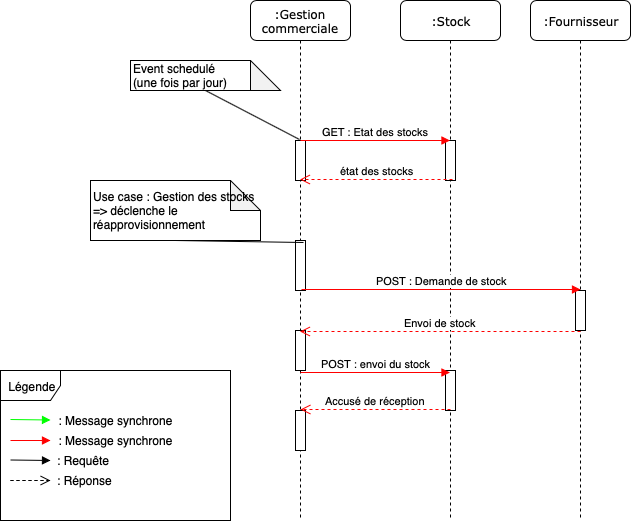
Earlier version of the draw.io export docs/uml/réaproStock.png (ursi-2020/gestion-commercial). Source tidied: cells renumbered, new cells last; positions are measured from the earlier drawing's top-left corner, leaving out a move shared by most shapes. Its diagram source:
```xml
<mxGraphModel background="#ffffff">
  <root>
    <mxCell id="0" />
    <mxCell id="1" parent="0" />
    <mxCell id="2" value=":Gestion commerciale" style="shape=umlLifeline;perimeter=lifelinePerimeter;whiteSpace=wrap;html=1;outlineConnect=0;rounded=1;shadow=0;comic=0;labelBackgroundColor=none;strokeColor=#000000;strokeWidth=1;fillColor=#FFFFFF;fontFamily=Verdana;fontSize=12;fontColor=#000000;align=center;" parent="1" vertex="1">
      <mxGeometry x="250" width="100" height="520" as="geometry" />
    </mxCell>
    <mxCell id="3" style="html=1;points=[];perimeter=orthogonalPerimeter;" parent="2" vertex="1">
      <mxGeometry x="45" y="140" width="10" height="40" as="geometry" />
    </mxCell>
    <mxCell id="4" style="html=1;points=[];perimeter=orthogonalPerimeter;" parent="2" vertex="1">
      <mxGeometry x="45" y="240" width="10" height="50" as="geometry" />
    </mxCell>
    <mxCell id="5" style="html=1;points=[];perimeter=orthogonalPerimeter;" parent="2" vertex="1">
      <mxGeometry x="45" y="330" width="10" height="40" as="geometry" />
    </mxCell>
    <mxCell id="6" style="html=1;perimeter=orthogonalPerimeter;" parent="2" vertex="1">
      <mxGeometry x="45" y="410" width="10" height="40" as="geometry" />
    </mxCell>
    <mxCell id="7" value=":Stock" style="shape=umlLifeline;perimeter=lifelinePerimeter;whiteSpace=wrap;html=1;outlineConnect=0;rounded=1;shadow=0;comic=0;labelBackgroundColor=none;strokeColor=#000000;strokeWidth=1;fillColor=#FFFFFF;fontFamily=Verdana;fontSize=12;fontColor=#000000;align=center;" parent="1" vertex="1">
      <mxGeometry x="400" width="100" height="520" as="geometry" />
    </mxCell>
    <mxCell id="8" style="html=1;points=[];perimeter=orthogonalPerimeter;" parent="7" vertex="1">
      <mxGeometry x="45" y="140" width="10" height="40" as="geometry" />
    </mxCell>
    <mxCell id="9" style="html=1;perimeter=orthogonalPerimeter;" parent="7" vertex="1">
      <mxGeometry x="45" y="370" width="10" height="40" as="geometry" />
    </mxCell>
    <mxCell id="10" value="GET : Etat des stocks" style="html=1;verticalAlign=bottom;endArrow=block;strokeColor=#FF0000;" parent="1" edge="1" target="7">
      <mxGeometry relative="1" as="geometry">
        <mxPoint x="300" y="140" as="sourcePoint" />
      </mxGeometry>
    </mxCell>
    <mxCell id="11" value="état des stocks" style="html=1;verticalAlign=bottom;endArrow=open;dashed=1;endSize=8;strokeColor=#FF0000;exitX=0.7;exitY=0.975;exitDx=0;exitDy=0;exitPerimeter=0;" parent="1" edge="1" source="8" target="2">
      <mxGeometry relative="1" as="geometry" />
    </mxCell>
    <mxCell id="12" value=":Fournisseur" style="shape=umlLifeline;perimeter=lifelinePerimeter;whiteSpace=wrap;html=1;rounded=1;shadow=0;comic=0;labelBackgroundColor=none;strokeColor=#000000;strokeWidth=1;fillColor=#FFFFFF;fontFamily=Verdana;fontSize=12;fontColor=#000000;align=center;" parent="1" vertex="1">
      <mxGeometry x="530" width="100" height="520" as="geometry" />
    </mxCell>
    <mxCell id="13" style="html=1;points=[];perimeter=orthogonalPerimeter;" parent="12" vertex="1">
      <mxGeometry x="45" y="290" width="10" height="40" as="geometry" />
    </mxCell>
    <mxCell id="14" value="POST : Demande de stock" style="html=1;verticalAlign=bottom;endArrow=block;strokeColor=#FF0000;exitX=0.6;exitY=0.98;exitDx=0;exitDy=0;exitPerimeter=0;" parent="1" edge="1" source="4">
      <mxGeometry relative="1" as="geometry">
        <mxPoint x="580" y="289" as="targetPoint" />
      </mxGeometry>
    </mxCell>
    <mxCell id="15" value="Envoi de stock" style="html=1;verticalAlign=bottom;endArrow=open;dashed=1;endSize=8;strokeColor=#FF0000;exitX=0.5;exitY=1.025;exitDx=0;exitDy=0;exitPerimeter=0;" parent="1" edge="1" source="13" target="2">
      <mxGeometry relative="1" as="geometry" />
    </mxCell>
    <mxCell id="16" value="POST : envoi du stock" style="html=1;verticalAlign=bottom;endArrow=block;exitX=0.5;exitY=1.05;exitDx=0;exitDy=0;exitPerimeter=0;strokeColor=#FF0000;" parent="1" edge="1" source="5" target="7">
      <mxGeometry relative="1" as="geometry" />
    </mxCell>
    <mxCell id="17" style="endArrow=none;html=1;entryX=0.5;entryY=1;entryDx=0;entryDy=0;entryPerimeter=0;exitX=0.4;exitY=-0.025;exitDx=0;exitDy=0;exitPerimeter=0;" parent="1" edge="1" source="3" target="20">
      <mxGeometry relative="1" as="geometry" />
    </mxCell>
    <mxCell id="18" value="Use case : Gestion des stocks =&amp;gt; déclenche le réapprovisionnement" style="shape=note;whiteSpace=wrap;html=1;backgroundOutline=1;darkOpacity=0.05;align=left;" parent="1" vertex="1">
      <mxGeometry x="90" y="180" width="170" height="60" as="geometry" />
    </mxCell>
    <mxCell id="19" style="endArrow=none;html=1;entryX=0.5;entryY=1;entryDx=0;entryDy=0;entryPerimeter=0;exitX=0.8;exitY=0.04;exitDx=0;exitDy=0;exitPerimeter=0;" parent="1" edge="1" source="4" target="18">
      <mxGeometry relative="1" as="geometry" />
    </mxCell>
    <mxCell id="20" value="Event schedulé&lt;br&gt;(une fois par jour)" style="shape=note;whiteSpace=wrap;html=1;backgroundOutline=1;darkOpacity=0.05;align=left;" parent="1" vertex="1">
      <mxGeometry x="130" y="60" width="150" height="30" as="geometry" />
    </mxCell>
    <mxCell id="21" value="Légende" style="shape=umlFrame;whiteSpace=wrap;html=1;" parent="1" vertex="1">
      <mxGeometry y="370" width="230" height="150" as="geometry" />
    </mxCell>
    <mxCell id="22" value=": Message synchrone" style="text;html=1;strokeColor=none;fillColor=none;align=center;verticalAlign=middle;whiteSpace=wrap;rounded=0;" parent="1" vertex="1">
      <mxGeometry x="40" y="410" width="150" height="20" as="geometry" />
    </mxCell>
    <mxCell id="23" style="html=1;verticalAlign=bottom;endArrow=block;strokeColor=#FF0000;" parent="1" edge="1">
      <mxGeometry relative="1" as="geometry">
        <mxPoint x="10" y="440" as="sourcePoint" />
        <mxPoint x="50" y="440" as="targetPoint" />
      </mxGeometry>
    </mxCell>
    <mxCell id="24" value=": Message synchrone" style="text;html=1;strokeColor=none;fillColor=none;align=center;verticalAlign=middle;whiteSpace=wrap;rounded=0;" parent="1" vertex="1">
      <mxGeometry x="55" y="430" width="120" height="20" as="geometry" />
    </mxCell>
    <mxCell id="25" style="html=1;verticalAlign=bottom;endArrow=block;strokeColor=#00FF00;" parent="1" edge="1">
      <mxGeometry relative="1" as="geometry">
        <mxPoint x="10" y="419" as="sourcePoint" />
        <mxPoint x="50" y="419.5" as="targetPoint" />
      </mxGeometry>
    </mxCell>
    <mxCell id="26" style="html=1;verticalAlign=bottom;endArrow=block;strokeColor=#000000;" parent="1" edge="1">
      <mxGeometry relative="1" as="geometry">
        <mxPoint x="10" y="459.5" as="sourcePoint" />
        <mxPoint x="50" y="460" as="targetPoint" />
      </mxGeometry>
    </mxCell>
    <mxCell id="27" style="html=1;verticalAlign=bottom;endArrow=open;dashed=1;endSize=8;strokeColor=#000000;" parent="1" edge="1">
      <mxGeometry relative="1" as="geometry">
        <mxPoint x="10" y="480" as="sourcePoint" />
        <mxPoint x="50" y="480" as="targetPoint" />
      </mxGeometry>
    </mxCell>
    <mxCell id="28" value=": Requête" style="text;html=1;strokeColor=none;fillColor=none;align=left;verticalAlign=middle;whiteSpace=wrap;rounded=0;" parent="1" vertex="1">
      <mxGeometry x="55" y="450" width="120" height="20" as="geometry" />
    </mxCell>
    <mxCell id="29" value=": Réponse&amp;nbsp;" style="text;html=1;strokeColor=none;fillColor=none;align=left;verticalAlign=middle;whiteSpace=wrap;rounded=0;" parent="1" vertex="1">
      <mxGeometry x="55" y="470" width="120" height="20" as="geometry" />
    </mxCell>
    <mxCell id="30" value="Accusé de réception" style="html=1;verticalAlign=bottom;endArrow=open;dashed=1;endSize=8;strokeColor=#FF0000;" parent="1" edge="1">
      <mxGeometry relative="1" as="geometry">
        <mxPoint x="450" y="409" as="sourcePoint" />
        <mxPoint x="300" y="409" as="targetPoint" />
      </mxGeometry>
    </mxCell>
  </root>
</mxGraphModel>
```
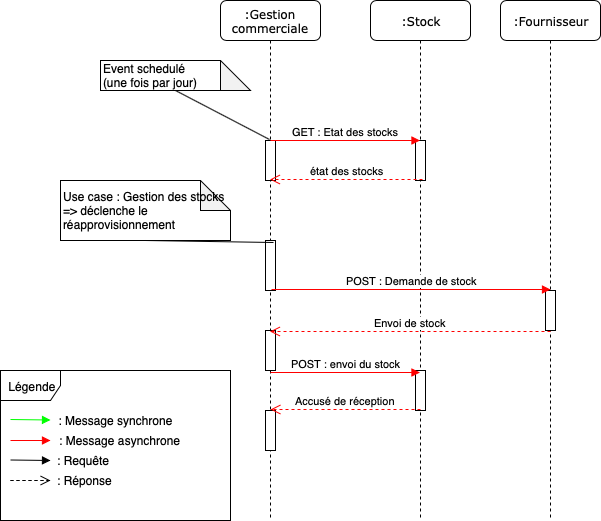
After the commit.

What changed in the source:
```diff
@@ -63,50 +63,50 @@
     <mxCell id="20" value="Event schedulé&lt;br&gt;(une fois par jour)" style="shape=note;whiteSpace=wrap;html=1;backgroundOutline=1;darkOpacity=0.05;align=left;" parent="1" vertex="1">
       <mxGeometry x="130" y="60" width="150" height="30" as="geometry" />
     </mxCell>
+    <mxCell id="30" value="Accusé de réception" style="html=1;verticalAlign=bottom;endArrow=open;dashed=1;endSize=8;strokeColor=#FF0000;" parent="1" edge="1">
+      <mxGeometry relative="1" as="geometry">
+        <mxPoint x="450" y="409" as="sourcePoint" />
+        <mxPoint x="300" y="409" as="targetPoint" />
+      </mxGeometry>
+    </mxCell>
     <mxCell id="21" value="Légende" style="shape=umlFrame;whiteSpace=wrap;html=1;" parent="1" vertex="1">
-      <mxGeometry y="370" width="230" height="150" as="geometry" />
+      <mxGeometry x="30" y="370" width="230" height="150" as="geometry" />
     </mxCell>
-    <mxCell id="22" value=": Message synchrone" style="text;html=1;strokeColor=none;fillColor=none;align=center;verticalAlign=middle;whiteSpace=wrap;rounded=0;" parent="1" vertex="1">
-      <mxGeometry x="40" y="410" width="150" height="20" as="geometry" />
-    </mxCell>
-    <mxCell id="23" style="html=1;verticalAlign=bottom;endArrow=block;strokeColor=#FF0000;" parent="1" edge="1">
-      <mxGeometry relative="1" as="geometry">
-        <mxPoint x="10" y="440" as="sourcePoint" />
-        <mxPoint x="50" y="440" as="targetPoint" />
-      </mxGeometry>
-    </mxCell>
-    <mxCell id="24" value=": Message synchrone" style="text;html=1;strokeColor=none;fillColor=none;align=center;verticalAlign=middle;whiteSpace=wrap;rounded=0;" parent="1" vertex="1">
-      <mxGeometry x="55" y="430" width="120" height="20" as="geometry" />
-    </mxCell>
-    <mxCell id="25" style="html=1;verticalAlign=bottom;endArrow=block;strokeColor=#00FF00;" parent="1" edge="1">
-      <mxGeometry relative="1" as="geometry">
-        <mxPoint x="10" y="419" as="sourcePoint" />
-        <mxPoint x="50" y="419.5" as="targetPoint" />
-      </mxGeometry>
-    </mxCell>
-    <mxCell id="26" style="html=1;verticalAlign=bottom;endArrow=block;strokeColor=#000000;" parent="1" edge="1">
-      <mxGeometry relative="1" as="geometry">
-        <mxPoint x="10" y="459.5" as="sourcePoint" />
-        <mxPoint x="50" y="460" as="targetPoint" />
-      </mxGeometry>
-    </mxCell>
-    <mxCell id="27" style="html=1;verticalAlign=bottom;endArrow=open;dashed=1;endSize=8;strokeColor=#000000;" parent="1" edge="1">
-      <mxGeometry relative="1" as="geometry">
-        <mxPoint x="10" y="480" as="sourcePoint" />
-        <mxPoint x="50" y="480" as="targetPoint" />
-      </mxGeometry>
-    </mxCell>
+    <mxCell id="31" value=": Message synchrone" style="text;html=1;strokeColor=none;fillColor=none;align=center;verticalAlign=middle;whiteSpace=wrap;rounded=0;" parent="1" vertex="1">
+      <mxGeometry x="70" y="410" width="150" height="20" as="geometry" />
+    </mxCell>
+    <mxCell id="32" style="html=1;verticalAlign=bottom;endArrow=block;strokeColor=#FF0000;" parent="1" edge="1">
+      <mxGeometry relative="1" as="geometry">
+        <mxPoint x="40" y="440" as="sourcePoint" />
+        <mxPoint x="80" y="440" as="targetPoint" />
+      </mxGeometry>
+    </mxCell>
+    <mxCell id="33" value=": Message asynchrone &amp;nbsp;" style="text;html=1;strokeColor=none;fillColor=none;align=center;verticalAlign=middle;whiteSpace=wrap;rounded=0;" parent="1" vertex="1">
+      <mxGeometry x="85" y="430" width="135" height="20" as="geometry" />
+    </mxCell>
+    <mxCell id="34" style="html=1;verticalAlign=bottom;endArrow=block;strokeColor=#00FF00;" parent="1" edge="1">
+      <mxGeometry relative="1" as="geometry">
+        <mxPoint x="40" y="419" as="sourcePoint" />
+        <mxPoint x="80" y="419.5" as="targetPoint" />
+      </mxGeometry>
+    </mxCell>
+    <mxCell id="35" style="html=1;verticalAlign=bottom;endArrow=block;strokeColor=#000000;" parent="1" edge="1">
+      <mxGeometry relative="1" as="geometry">
+        <mxPoint x="40" y="459.5" as="sourcePoint" />
+        <mxPoint x="80" y="460" as="targetPoint" />
+      </mxGeometry>
+    </mxCell>
+    <mxCell id="36" style="html=1;verticalAlign=bottom;endArrow=open;dashed=1;endSize=8;strokeColor=#000000;" parent="1" edge="1">
+      <mxGeometry relative="1" as="geometry">
+        <mxPoint x="40" y="480" as="sourcePoint" />
+        <mxPoint x="80" y="480" as="targetPoint" />
+      </mxGeometry>
+    </mxCell>
     <mxCell id="28" value=": Requête" style="text;html=1;strokeColor=none;fillColor=none;align=left;verticalAlign=middle;whiteSpace=wrap;rounded=0;" parent="1" vertex="1">
-      <mxGeometry x="55" y="450" width="120" height="20" as="geometry" />
+      <mxGeometry x="85" y="450" width="120" height="20" as="geometry" />
     </mxCell>
     <mxCell id="29" value=": Réponse&amp;nbsp;" style="text;html=1;strokeColor=none;fillColor=none;align=left;verticalAlign=middle;whiteSpace=wrap;rounded=0;" parent="1" vertex="1">
-      <mxGeometry x="55" y="470" width="120" height="20" as="geometry" />
+      <mxGeometry x="85" y="470" width="120" height="20" as="geometry" />
     </mxCell>
-    <mxCell id="30" value="Accusé de réception" style="html=1;verticalAlign=bottom;endArrow=open;dashed=1;endSize=8;strokeColor=#FF0000;" parent="1" edge="1">
-      <mxGeometry relative="1" as="geometry">
-        <mxPoint x="450" y="409" as="sourcePoint" />
-        <mxPoint x="300" y="409" as="targetPoint" />
-      </mxGeometry>
-    </mxCell>
   </root>
 </mxGraphModel>
```
